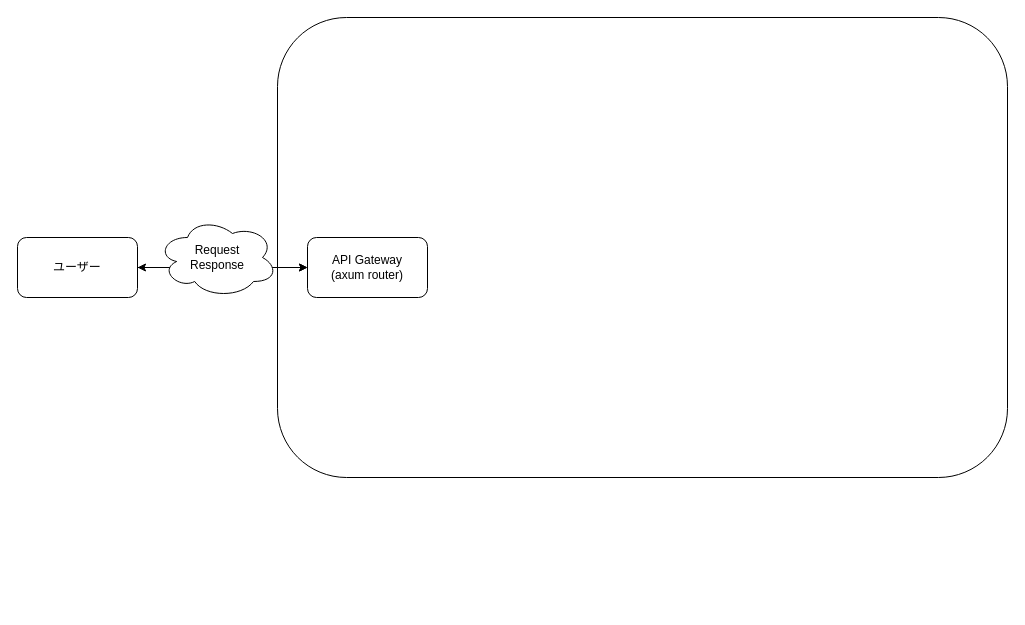
This is 名称未設定ファイル.drawio from loliGothicK/cxx-demo, a draw.io file, before an edit. Source tidied: cells renumbered, new cells numbered last; positions are measured from the earlier drawing's top-left corner, leaving out a move shared by most shapes. Both pictures are drawn from the tidied source at 100%, with x=0, y=0 at pixel (17, 17).
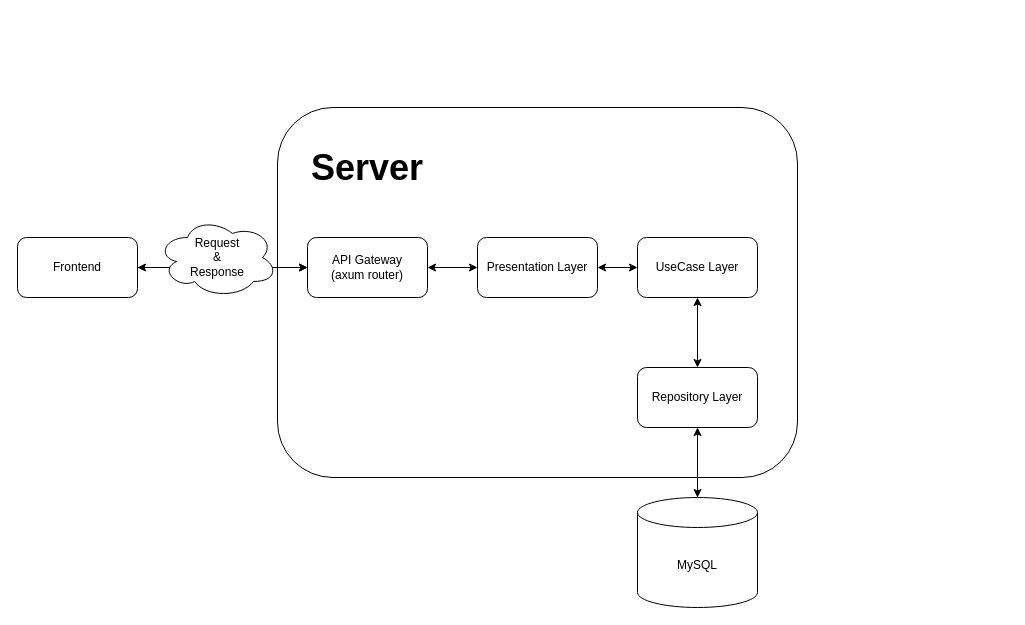
Above is the later version.

Commit message (it also covers changes not shown here):
名称未設定ファイル.drawio を更新します

Change to the diagram source:
```diff
@@
 <mxGraphModel>
   <root>
     <mxCell id="0" />
     <mxCell id="1" parent="0" />
     <mxCell id="2" style="rounded=1;whiteSpace=wrap;html=1;" parent="1" vertex="1">
-      <mxGeometry x="260" width="730" height="460" as="geometry" />
+      <mxGeometry x="260" y="90" width="520" height="370" as="geometry" />
     </mxCell>
     <mxCell id="3" style="edgeStyle=orthogonalEdgeStyle;rounded=0;jettySize=auto;html=1;" parent="1" edge="1" source="4" target="5">
       <mxGeometry relative="1" as="geometry" />
     </mxCell>
-    <mxCell id="4" value="ユーザー" style="rounded=1;whiteSpace=wrap;html=1;" parent="1" vertex="1">
+    <mxCell id="4" value="Frontend" style="rounded=1;whiteSpace=wrap;html=1;" parent="1" vertex="1">
       <mxGeometry y="220" width="120" height="60" as="geometry" />
     </mxCell>
     <mxCell id="5" value="&lt;div&gt;API Gateway&lt;/div&gt;&lt;div&gt;(axum router)&lt;br&gt;&lt;/div&gt;" style="rounded=1;whiteSpace=wrap;html=1;" parent="1" vertex="1">
       <mxGeometry x="290" y="220" width="120" height="60" as="geometry" />
     </mxCell>
     <mxCell id="6" style="endArrow=classic;startArrow=classic;html=1;rounded=0;" parent="1" edge="1" source="5" target="4">
       <mxGeometry relative="1" as="geometry" />
     </mxCell>
-    <mxCell id="7" value="&lt;div&gt;Request&lt;/div&gt;&lt;div&gt;Response&lt;/div&gt;" style="ellipse;shape=cloud;whiteSpace=wrap;html=1;" parent="1" vertex="1">
+    <mxCell id="7" value="&lt;div&gt;Request&lt;/div&gt;&lt;div&gt;&amp;amp;&lt;br&gt;&lt;/div&gt;&lt;div&gt;Response&lt;/div&gt;" style="ellipse;shape=cloud;whiteSpace=wrap;html=1;" parent="1" vertex="1">
       <mxGeometry x="140" y="200" width="120" height="80" as="geometry" />
     </mxCell>
+    <mxCell id="8" value="Presentation Layer" style="rounded=1;whiteSpace=wrap;html=1;" parent="1" vertex="1">
+      <mxGeometry x="460" y="220" width="120" height="60" as="geometry" />
+    </mxCell>
+    <mxCell id="9" value="MySQL" style="shape=cylinder3;whiteSpace=wrap;html=1;boundedLbl=1;backgroundOutline=1;size=15;" parent="1" vertex="1">
+      <mxGeometry x="620" y="480" width="120" height="110" as="geometry" />
+    </mxCell>
+    <mxCell id="10" value="Repository Layer" style="rounded=1;whiteSpace=wrap;html=1;" parent="1" vertex="1">
+      <mxGeometry x="620" y="350" width="120" height="60" as="geometry" />
+    </mxCell>
+    <mxCell id="11" style="endArrow=classic;startArrow=classic;html=1;rounded=0;exitX=0.5;exitY=0;exitDx=0;exitDy=0;exitPerimeter=0;entryX=0.5;entryY=1;entryDx=0;entryDy=0;" parent="1" edge="1" source="9" target="10">
+      <mxGeometry relative="1" as="geometry" />
+    </mxCell>
+    <mxCell id="12" style="endArrow=classic;startArrow=classic;html=1;rounded=0;exitX=0.5;exitY=0;exitDx=0;exitDy=0;entryX=0.5;entryY=1;entryDx=0;entryDy=0;" parent="1" edge="1" source="10" target="14">
+      <mxGeometry relative="1" as="geometry" />
+    </mxCell>
+    <mxCell id="13" style="endArrow=classic;startArrow=classic;html=1;rounded=0;entryX=0;entryY=0.5;entryDx=0;entryDy=0;" parent="1" edge="1" source="5" target="8">
+      <mxGeometry relative="1" as="geometry" />
+    </mxCell>
+    <mxCell id="14" value="UseCase Layer" style="rounded=1;whiteSpace=wrap;html=1;" parent="1" vertex="1">
+      <mxGeometry x="620" y="220" width="120" height="60" as="geometry" />
+    </mxCell>
+    <mxCell id="15" style="endArrow=classic;startArrow=classic;html=1;rounded=0;entryX=0;entryY=0.5;entryDx=0;entryDy=0;exitX=1;exitY=0.5;exitDx=0;exitDy=0;" parent="1" edge="1" source="8" target="14">
+      <mxGeometry relative="1" as="geometry" />
+    </mxCell>
+    <mxCell id="16" value="&lt;b&gt;&lt;font style=&quot;font-size: 36px;&quot;&gt;Server&lt;/font&gt;&lt;/b&gt;" style="text;html=1;strokeColor=none;fillColor=none;align=center;verticalAlign=middle;whiteSpace=wrap;rounded=0;" parent="1" vertex="1">
+      <mxGeometry x="300" y="120" width="100" height="60" as="geometry" />
+    </mxCell>
   </root>
 </mxGraphModel>
```
